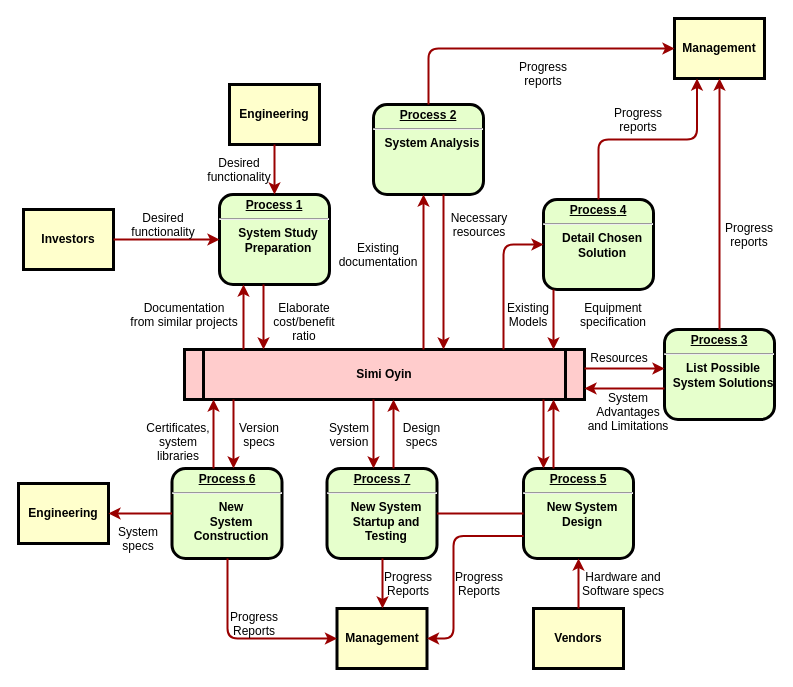
Earlier version of the draw.io diagram Untitled Diagram.drawio (simioyin222/CapstoneProjectIdeaBoard). Source tidied: cells renumbered, new cells numbered last; positions are measured from the earlier drawing's top-left corner, leaving out a move shared by most shapes. Both pictures are drawn from the tidied source at 100%, with x=0, y=0 at pixel (18, 18).
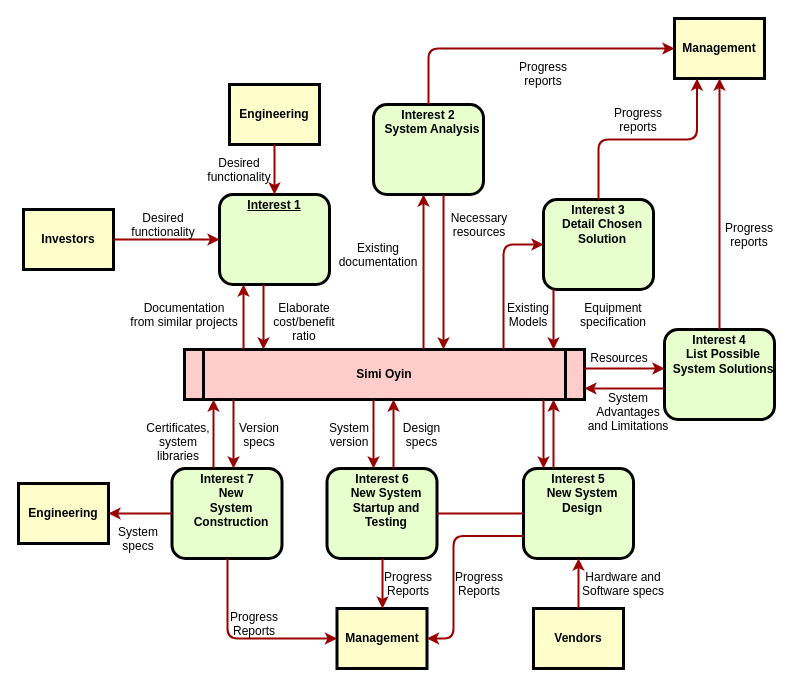
The same page after the edit.

Commit message:
put headings for begin of vision board

Change to the diagram source:
```diff
@@
-    <mxCell id="2" value="&lt;p style=&quot;margin: 0px; margin-top: 4px; text-align: center; text-decoration: underline;&quot;&gt;&lt;strong&gt;Process 1&lt;br /&gt;&lt;/strong&gt;&lt;/p&gt;&lt;hr /&gt;&lt;p style=&quot;margin: 0px; margin-left: 8px;&quot;&gt;System Study&lt;/p&gt;&lt;p style=&quot;margin: 0px; margin-left: 8px;&quot;&gt;Preparation&lt;/p&gt;" style="verticalAlign=middle;align=center;overflow=fill;fontSize=12;fontFamily=Helvetica;html=1;rounded=1;fontStyle=1;strokeWidth=3;fillColor=#E6FFCC;" parent="1" vertex="1">
+    <mxCell id="2" value="&lt;p style=&quot;margin: 0px; margin-top: 4px; text-align: center; text-decoration: underline;&quot;&gt;Interest 1&lt;/p&gt;" style="verticalAlign=middle;align=center;overflow=fill;fontSize=12;fontFamily=Helvetica;html=1;rounded=1;fontStyle=1;strokeWidth=3;fillColor=#E6FFCC;" parent="1" vertex="1">
       <mxGeometry x="201" y="176" width="110" height="90" as="geometry" />
     </mxCell>
@@
-    <mxCell id="6" value="&lt;p style=&quot;margin: 0px; margin-top: 4px; text-align: center; text-decoration: underline;&quot;&gt;&lt;strong&gt;Process 2&lt;br /&gt;&lt;/strong&gt;&lt;/p&gt;&lt;hr /&gt;&lt;p style=&quot;margin: 0px; margin-left: 8px;&quot;&gt;System Analysis&lt;/p&gt;" style="verticalAlign=middle;align=center;overflow=fill;fontSize=12;fontFamily=Helvetica;html=1;rounded=1;fontStyle=1;strokeWidth=3;fillColor=#E6FFCC;" parent="1" vertex="1">
+    <mxCell id="6" value="&lt;p style=&quot;margin: 0px; margin-top: 4px; text-align: center; text-decoration: underline;&quot;&gt;&lt;/p&gt;Interest 2&lt;p style=&quot;margin: 0px; margin-left: 8px;&quot;&gt;System Analysis&lt;/p&gt;" style="verticalAlign=middle;align=center;overflow=fill;fontSize=12;fontFamily=Helvetica;html=1;rounded=1;fontStyle=1;strokeWidth=3;fillColor=#E6FFCC;" parent="1" vertex="1">
       <mxGeometry x="355" y="86" width="110" height="90" as="geometry" />
     </mxCell>
-    <mxCell id="7" value="&lt;p style=&quot;margin: 0px; margin-top: 4px; text-align: center; text-decoration: underline;&quot;&gt;&lt;strong&gt;&lt;strong&gt;Process&lt;/strong&gt; 3&lt;br /&gt;&lt;/strong&gt;&lt;/p&gt;&lt;hr /&gt;&lt;p style=&quot;margin: 0px; margin-left: 8px;&quot;&gt;List Possible&lt;/p&gt;&lt;p style=&quot;margin: 0px; margin-left: 8px;&quot;&gt;System Solutions&lt;/p&gt;" style="verticalAlign=middle;align=center;overflow=fill;fontSize=12;fontFamily=Helvetica;html=1;rounded=1;fontStyle=1;strokeWidth=3;fillColor=#E6FFCC;" parent="1" vertex="1">
+    <mxCell id="7" value="&lt;p style=&quot;margin: 0px; margin-top: 4px; text-align: center; text-decoration: underline;&quot;&gt;&lt;/p&gt;Interest 4&lt;p style=&quot;margin: 0px; margin-left: 8px;&quot;&gt;List Possible&lt;/p&gt;&lt;p style=&quot;margin: 0px; margin-left: 8px;&quot;&gt;System Solutions&lt;/p&gt;" style="verticalAlign=middle;align=center;overflow=fill;fontSize=12;fontFamily=Helvetica;html=1;rounded=1;fontStyle=1;strokeWidth=3;fillColor=#E6FFCC;" parent="1" vertex="1">
       <mxGeometry x="646" y="311" width="110" height="90" as="geometry" />
     </mxCell>
-    <mxCell id="8" value="&lt;p style=&quot;margin: 0px; margin-top: 4px; text-align: center; text-decoration: underline;&quot;&gt;&lt;strong&gt;&lt;strong&gt;Process&lt;/strong&gt; 4&lt;br /&gt;&lt;/strong&gt;&lt;/p&gt;&lt;hr /&gt;&lt;p style=&quot;margin: 0px; margin-left: 8px;&quot;&gt;Detail Chosen&lt;/p&gt;&lt;p style=&quot;margin: 0px; margin-left: 8px;&quot;&gt;Solution&lt;/p&gt;" style="verticalAlign=middle;align=center;overflow=fill;fontSize=12;fontFamily=Helvetica;html=1;rounded=1;fontStyle=1;strokeWidth=3;fillColor=#E6FFCC;" parent="1" vertex="1">
+    <mxCell id="8" value="&lt;p style=&quot;margin: 0px; margin-top: 4px; text-align: center; text-decoration: underline;&quot;&gt;&lt;/p&gt;Interest 3&lt;p style=&quot;margin: 0px; margin-left: 8px;&quot;&gt;Detail Chosen&lt;/p&gt;&lt;p style=&quot;margin: 0px; margin-left: 8px;&quot;&gt;Solution&lt;/p&gt;" style="verticalAlign=middle;align=center;overflow=fill;fontSize=12;fontFamily=Helvetica;html=1;rounded=1;fontStyle=1;strokeWidth=3;fillColor=#E6FFCC;" parent="1" vertex="1">
       <mxGeometry x="525" y="181" width="110" height="90" as="geometry" />
     </mxCell>
-    <mxCell id="9" value="&lt;p style=&quot;margin: 0px; margin-top: 4px; text-align: center; text-decoration: underline;&quot;&gt;&lt;strong&gt;&lt;strong&gt;Process&lt;/strong&gt; 5&lt;br /&gt;&lt;/strong&gt;&lt;/p&gt;&lt;hr /&gt;&lt;p style=&quot;margin: 0px; margin-left: 8px;&quot;&gt;New System&lt;/p&gt;&lt;p style=&quot;margin: 0px; margin-left: 8px;&quot;&gt;Design&lt;/p&gt;" style="verticalAlign=middle;align=center;overflow=fill;fontSize=12;fontFamily=Helvetica;html=1;rounded=1;fontStyle=1;strokeWidth=3;fillColor=#E6FFCC;" parent="1" vertex="1">
+    <mxCell id="9" value="&lt;p style=&quot;margin: 0px; margin-top: 4px; text-align: center; text-decoration: underline;&quot;&gt;&lt;/p&gt;Interest 5&lt;p style=&quot;margin: 0px; margin-left: 8px;&quot;&gt;New System&lt;/p&gt;&lt;p style=&quot;margin: 0px; margin-left: 8px;&quot;&gt;Design&lt;/p&gt;" style="verticalAlign=middle;align=center;overflow=fill;fontSize=12;fontFamily=Helvetica;html=1;rounded=1;fontStyle=1;strokeWidth=3;fillColor=#E6FFCC;" parent="1" vertex="1">
       <mxGeometry x="505" y="450" width="110" height="90" as="geometry" />
     </mxCell>
-    <mxCell id="10" value="&lt;p style=&quot;margin: 0px; margin-top: 4px; text-align: center; text-decoration: underline;&quot;&gt;&lt;strong&gt;&lt;strong&gt;Process&lt;/strong&gt; 6&lt;br /&gt;&lt;/strong&gt;&lt;/p&gt;&lt;hr /&gt;&lt;p style=&quot;margin: 0px; margin-left: 8px;&quot;&gt;New&lt;/p&gt;&lt;p style=&quot;margin: 0px; margin-left: 8px;&quot;&gt;System&lt;/p&gt;&lt;p style=&quot;margin: 0px; margin-left: 8px;&quot;&gt;Construction&lt;/p&gt;" style="verticalAlign=middle;align=center;overflow=fill;fontSize=12;fontFamily=Helvetica;html=1;rounded=1;fontStyle=1;strokeWidth=3;fillColor=#E6FFCC;" parent="1" vertex="1">
+    <mxCell id="10" value="&lt;p style=&quot;margin: 0px; margin-top: 4px; text-align: center; text-decoration: underline;&quot;&gt;&lt;/p&gt;Interest 7&lt;p style=&quot;margin: 0px; margin-left: 8px;&quot;&gt;New&lt;/p&gt;&lt;p style=&quot;margin: 0px; margin-left: 8px;&quot;&gt;System&lt;/p&gt;&lt;p style=&quot;margin: 0px; margin-left: 8px;&quot;&gt;Construction&lt;/p&gt;" style="verticalAlign=middle;align=center;overflow=fill;fontSize=12;fontFamily=Helvetica;html=1;rounded=1;fontStyle=1;strokeWidth=3;fillColor=#E6FFCC;" parent="1" vertex="1">
       <mxGeometry x="153.5" y="450" width="110" height="90" as="geometry" />
     </mxCell>
@@
-    <mxCell id="17" value="&lt;p style=&quot;margin: 0px; margin-top: 4px; text-align: center; text-decoration: underline;&quot;&gt;&lt;strong&gt;&lt;strong&gt;Process&lt;/strong&gt; 7&lt;br /&gt;&lt;/strong&gt;&lt;/p&gt;&lt;hr /&gt;&lt;p style=&quot;margin: 0px; margin-left: 8px;&quot;&gt;New System&lt;/p&gt;&lt;p style=&quot;margin: 0px; margin-left: 8px;&quot;&gt;Startup and&lt;/p&gt;&lt;p style=&quot;margin: 0px; margin-left: 8px;&quot;&gt;Testing&lt;/p&gt;" style="verticalAlign=middle;align=center;overflow=fill;fontSize=12;fontFamily=Helvetica;html=1;rounded=1;fontStyle=1;strokeWidth=3;fillColor=#E6FFCC;" parent="1" vertex="1">
+    <mxCell id="17" value="&lt;p style=&quot;margin: 0px; margin-top: 4px; text-align: center; text-decoration: underline;&quot;&gt;&lt;/p&gt;Interest 6&lt;p style=&quot;margin: 0px; margin-left: 8px;&quot;&gt;New System&lt;/p&gt;&lt;p style=&quot;margin: 0px; margin-left: 8px;&quot;&gt;Startup and&lt;/p&gt;&lt;p style=&quot;margin: 0px; margin-left: 8px;&quot;&gt;Testing&lt;/p&gt;" style="verticalAlign=middle;align=center;overflow=fill;fontSize=12;fontFamily=Helvetica;html=1;rounded=1;fontStyle=1;strokeWidth=3;fillColor=#E6FFCC;" parent="1" vertex="1">
       <mxGeometry x="308.5" y="450" width="110" height="90" as="geometry" />
     </mxCell>
```
